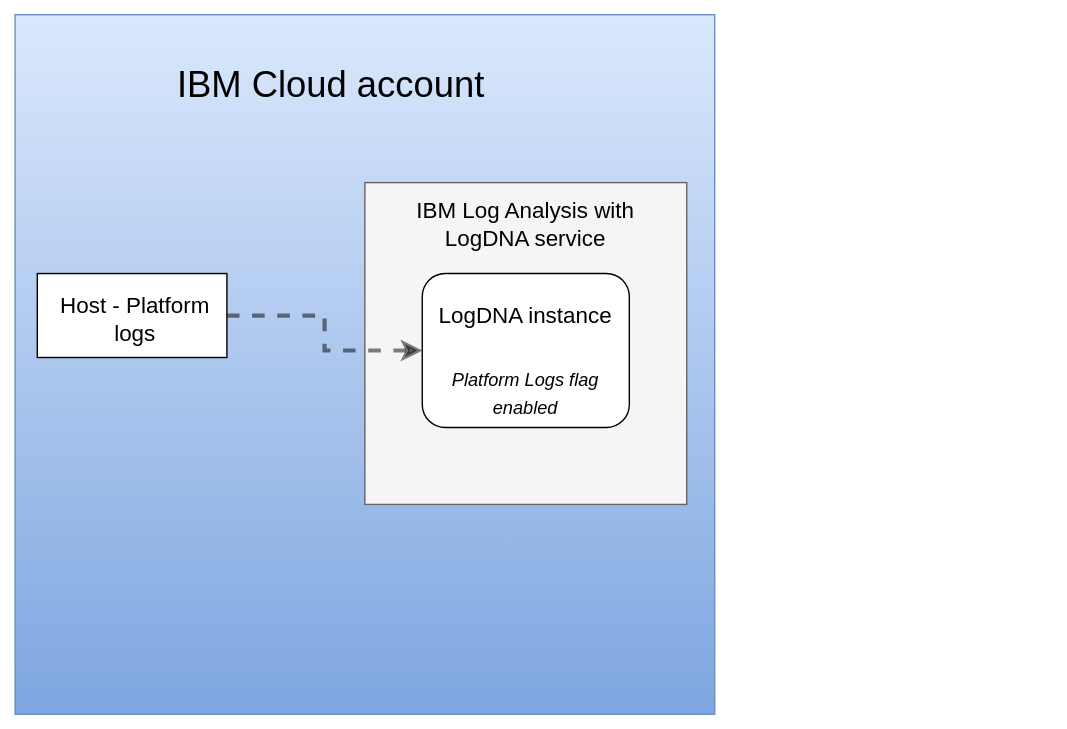
Before: images/Logging-platform-services.svg, a diagram exported from draw.io (ibm-cloud-docs/log-analysis). Source tidied: cells renumbered, new cells last; positions are measured from the earlier drawing's top-left corner, leaving out a move shared by most shapes. The source it was exported from:
```xml
<mxGraphModel>
  <root>
    <mxCell id="0" />
    <mxCell id="1" parent="0" />
    <mxCell id="2" style="whiteSpace=wrap;html=1;fillColor=#dae8fc;strokeColor=#6c8ebf;gradientColor=#7ea6e0;" parent="1" vertex="1">
      <mxGeometry width="500" height="500" as="geometry" />
    </mxCell>
    <mxCell id="3" style="whiteSpace=wrap;html=1;fillColor=#f5f5f5;strokeColor=#666666;fontColor=#333333;" parent="1" vertex="1">
      <mxGeometry x="250" y="120" width="230" height="230" as="geometry" />
    </mxCell>
    <mxCell id="4" value="&lt;font style=&quot;font-size: 26px&quot;&gt;IBM Cloud account&lt;/font&gt; " style="text;html=1;strokeColor=none;fillColor=none;align=center;verticalAlign=middle;whiteSpace=wrap;rounded=0;" parent="1" vertex="1">
      <mxGeometry x="15.9" y="40" width="420" height="20" as="geometry" />
    </mxCell>
    <mxCell id="5" style="rounded=1;whiteSpace=wrap;html=1;" parent="1" vertex="1">
      <mxGeometry x="291" y="185" width="148" height="110" as="geometry" />
    </mxCell>
    <mxCell id="6" value="LogDNA instance" style="text;html=1;strokeColor=none;fillColor=none;align=center;verticalAlign=middle;whiteSpace=wrap;rounded=0;fontSize=16;" parent="1" vertex="1">
      <mxGeometry x="300" y="205" width="130" height="20" as="geometry" />
    </mxCell>
    <mxCell id="7" value="&lt;font style=&quot;font-size: 16px&quot;&gt;IBM Log Analysis with LogDNA service&lt;/font&gt; " style="text;html=1;strokeColor=none;fillColor=none;align=center;verticalAlign=middle;whiteSpace=wrap;rounded=0;" parent="1" vertex="1">
      <mxGeometry x="260" y="130" width="210" height="40" as="geometry" />
    </mxCell>
    <mxCell id="8" style="edgeStyle=orthogonalEdgeStyle;rounded=0;comic=0;jumpStyle=none;jumpSize=9;jettySize=auto;html=1;dashed=1;endSize=6;strokeColor=#000000;strokeWidth=3;fontSize=16;opacity=50;entryX=0;entryY=0.5;entryDx=0;entryDy=0;" parent="1" edge="1" source="9" target="5">
      <mxGeometry relative="1" as="geometry" />
    </mxCell>
    <mxCell id="9" style="rounded=0;whiteSpace=wrap;html=1;fontSize=16;" parent="1" vertex="1">
      <mxGeometry x="15.9" y="185" width="135.5" height="60" as="geometry" />
    </mxCell>
    <mxCell id="10" value="Host - Platform logs" style="text;html=1;strokeColor=none;fillColor=none;align=center;verticalAlign=middle;whiteSpace=wrap;rounded=0;fontSize=16;" parent="1" vertex="1">
      <mxGeometry x="15.9" y="215" width="140" height="5" as="geometry" />
    </mxCell>
    <mxCell id="11" style="endArrow=classic;html=1;dashed=1;strokeColor=#000000;strokeWidth=15;fontSize=16;opacity=0;" parent="1" edge="1">
      <mxGeometry relative="1" as="geometry">
        <mxPoint x="675.8" y="384.1" as="sourcePoint" />
        <mxPoint x="725.8" y="334.1" as="targetPoint" />
      </mxGeometry>
    </mxCell>
    <mxCell id="12" style="endArrow=none;dashed=1;html=1;strokeColor=#000000;strokeWidth=15;fontSize=16;opacity=0;" parent="1" edge="1">
      <mxGeometry relative="1" as="geometry">
        <mxPoint x="675.8" y="374.1" as="sourcePoint" />
        <mxPoint x="725.8" y="324.1" as="targetPoint" />
      </mxGeometry>
    </mxCell>
    <mxCell id="13" value="&lt;font style=&quot;font-size: 13px&quot;&gt;&lt;i&gt;Platform Logs flag enabled&lt;/i&gt;&lt;/font&gt;" style="text;html=1;strokeColor=none;fillColor=none;align=center;verticalAlign=middle;whiteSpace=wrap;rounded=0;fontSize=16;" parent="1" vertex="1">
      <mxGeometry x="300" y="260" width="130" height="20" as="geometry" />
    </mxCell>
  </root>
</mxGraphModel>
```
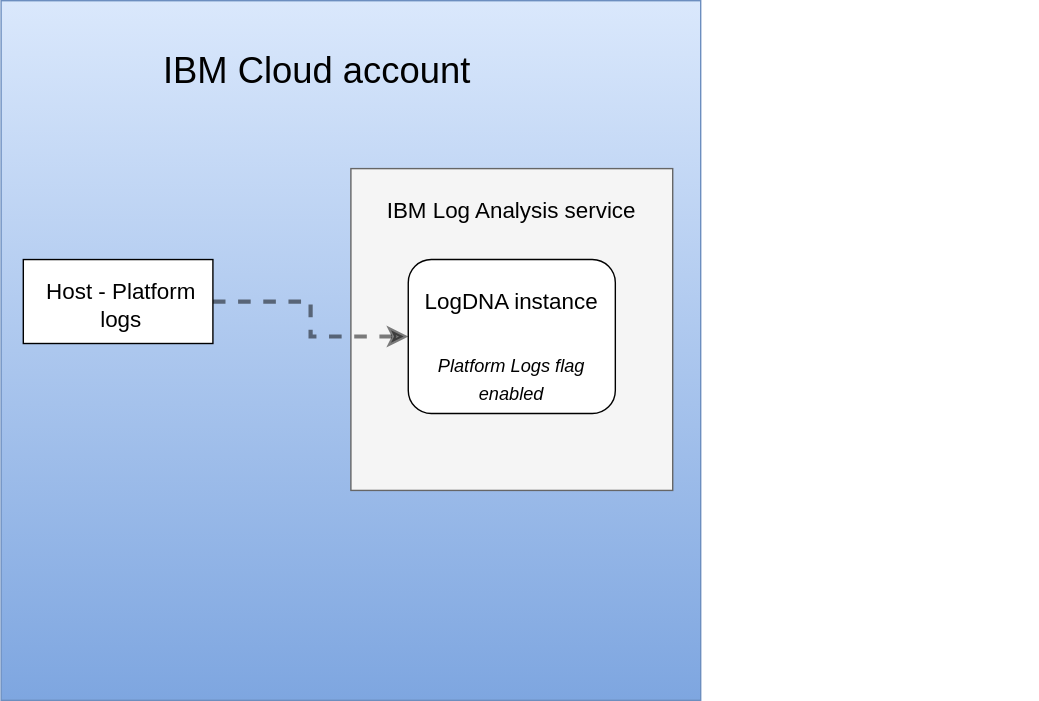
Later version of the same file.

What changed in the source:
```diff
@@ -17,7 +17,7 @@
     <mxCell id="6" value="LogDNA instance" style="text;html=1;strokeColor=none;fillColor=none;align=center;verticalAlign=middle;whiteSpace=wrap;rounded=0;fontSize=16;" parent="1" vertex="1">
       <mxGeometry x="300" y="205" width="130" height="20" as="geometry" />
     </mxCell>
-    <mxCell id="7" value="&lt;font style=&quot;font-size: 16px&quot;&gt;IBM Log Analysis with LogDNA service&lt;/font&gt; " style="text;html=1;strokeColor=none;fillColor=none;align=center;verticalAlign=middle;whiteSpace=wrap;rounded=0;" parent="1" vertex="1">
+    <mxCell id="7" value="&lt;font style=&quot;font-size: 16px&quot;&gt;IBM Log Analysis service&lt;/font&gt; " style="text;html=1;strokeColor=none;fillColor=none;align=center;verticalAlign=middle;whiteSpace=wrap;rounded=0;" parent="1" vertex="1">
       <mxGeometry x="260" y="130" width="210" height="40" as="geometry" />
     </mxCell>
     <mxCell id="8" style="edgeStyle=orthogonalEdgeStyle;rounded=0;comic=0;jumpStyle=none;jumpSize=9;jettySize=auto;html=1;dashed=1;endSize=6;strokeColor=#000000;strokeWidth=3;fontSize=16;opacity=50;entryX=0;entryY=0.5;entryDx=0;entryDy=0;" parent="1" edge="1" source="9" target="5">
```
